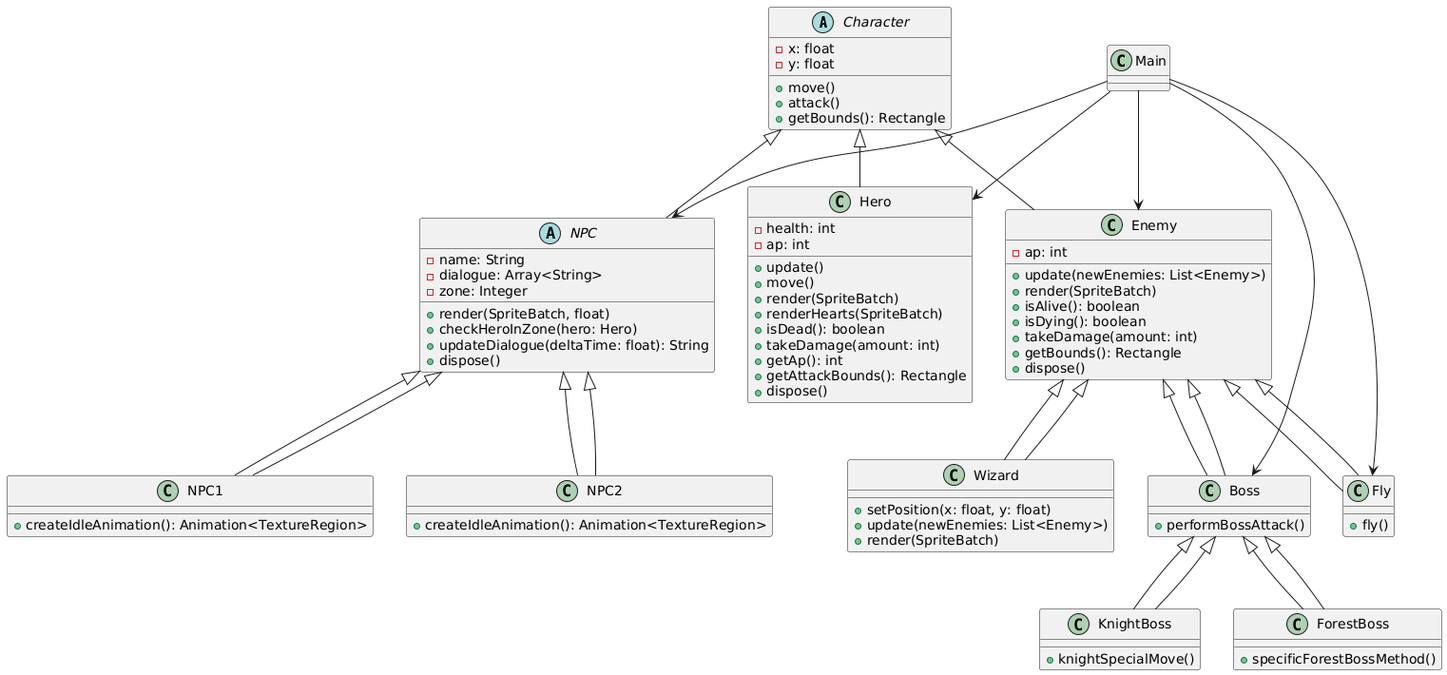
This is 2dGame/UML_2dGame.png from KassiGenin/2dGame, a PlantUML export, as it was before one commit. The source it was exported from:
```plantuml
@startuml
abstract class Character {
    - x: float
    - y: float
    + move()
    + attack()
    + getBounds(): Rectangle
}

class Hero extends Character {
    - health: int
    - ap: int
    + update()
    + move()
    + render(SpriteBatch)
    + renderHearts(SpriteBatch)
    + isDead(): boolean
    + takeDamage(amount: int)
    + getAp(): int
    + getAttackBounds(): Rectangle
    + dispose()
}

class Enemy extends Character {
    - ap: int
    + update(newEnemies: List<Enemy>)
    + render(SpriteBatch)
    + isAlive(): boolean
    + isDying(): boolean
    + takeDamage(amount: int)
    + getBounds(): Rectangle
    + dispose()
}

class Wizard extends Enemy {
    + setPosition(x: float, y: float)
    + update(newEnemies: List<Enemy>)
    + render(SpriteBatch)
}

class Fly extends Enemy {
    + fly()
}

class Boss extends Enemy {
    + performBossAttack()
}

class KnightBoss extends Boss {
    + knightSpecialMove()
}

class ForestBoss extends Boss {
    + specificForestBossMethod()
}

abstract class NPC extends Character {
    - name: String
    - dialogue: Array<String>
    - zone: Integer
    + render(SpriteBatch, float)
    + checkHeroInZone(hero: Hero)
    + updateDialogue(deltaTime: float): String
    + dispose()
}

class NPC1 extends NPC {
    + createIdleAnimation(): Animation<TextureRegion>
}

class NPC2 extends NPC {
    + createIdleAnimation(): Animation<TextureRegion>
}

Main --> Hero
Main --> Enemy
Main --> Boss
Main --> Fly
Main --> NPC

Enemy <|-- Wizard
Enemy <|-- Fly
Enemy <|-- Boss
Boss <|-- KnightBoss
Boss <|-- ForestBoss

NPC <|-- NPC1
NPC <|-- NPC2
@enduml
```
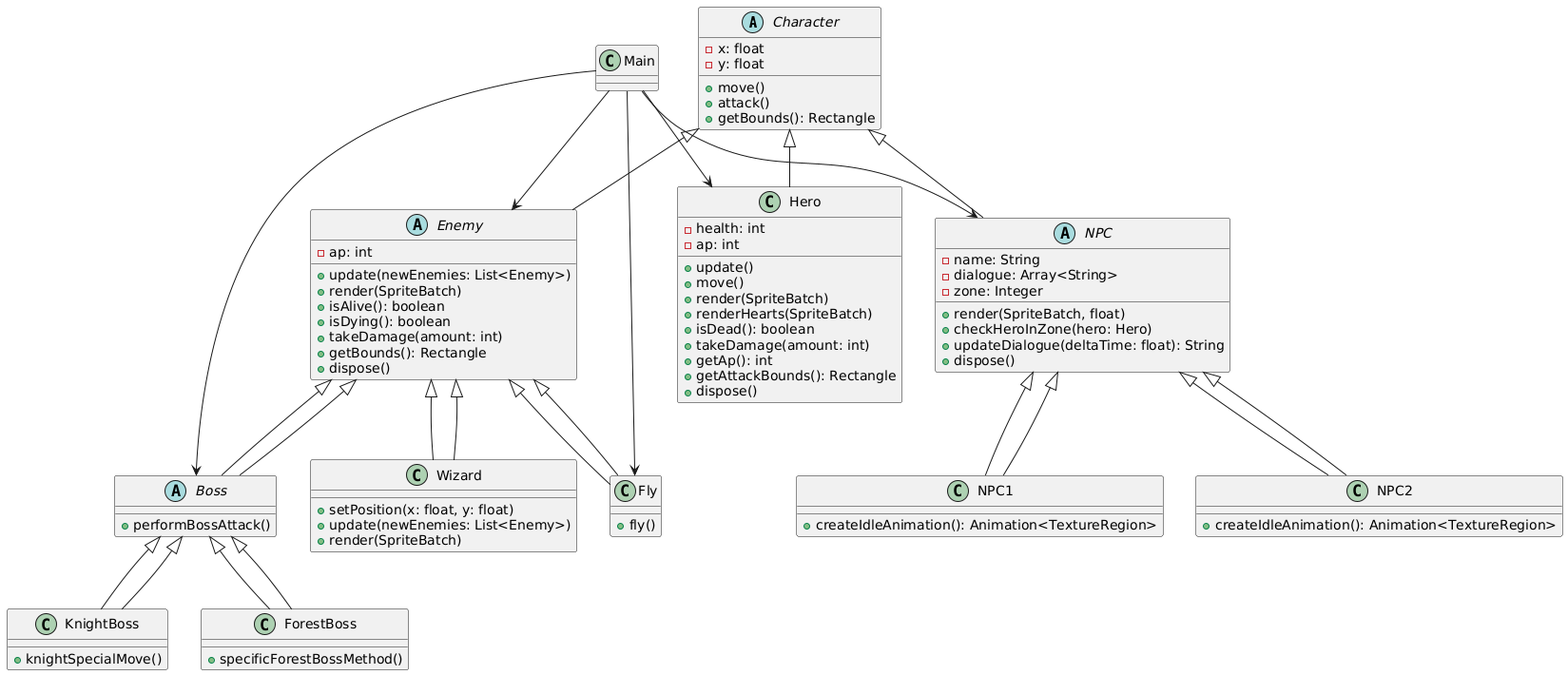
The same file after the commit.

The edit, as a diff of the source:
```diff
@@ -21,7 +21,7 @@
     + dispose()
 }
 
-class Enemy extends Character {
+abstract class Enemy extends Character {
     - ap: int
     + update(newEnemies: List<Enemy>)
     + render(SpriteBatch)
@@ -32,6 +32,10 @@
     + dispose()
 }
 
+abstract class Boss extends Enemy {
+    + performBossAttack()
+}
+
 class Wizard extends Enemy {
     + setPosition(x: float, y: float)
     + update(newEnemies: List<Enemy>)
@@ -40,10 +44,6 @@
 
 class Fly extends Enemy {
     + fly()
-}
-
-class Boss extends Enemy {
-    + performBossAttack()
 }
 
 class KnightBoss extends Boss {
```
